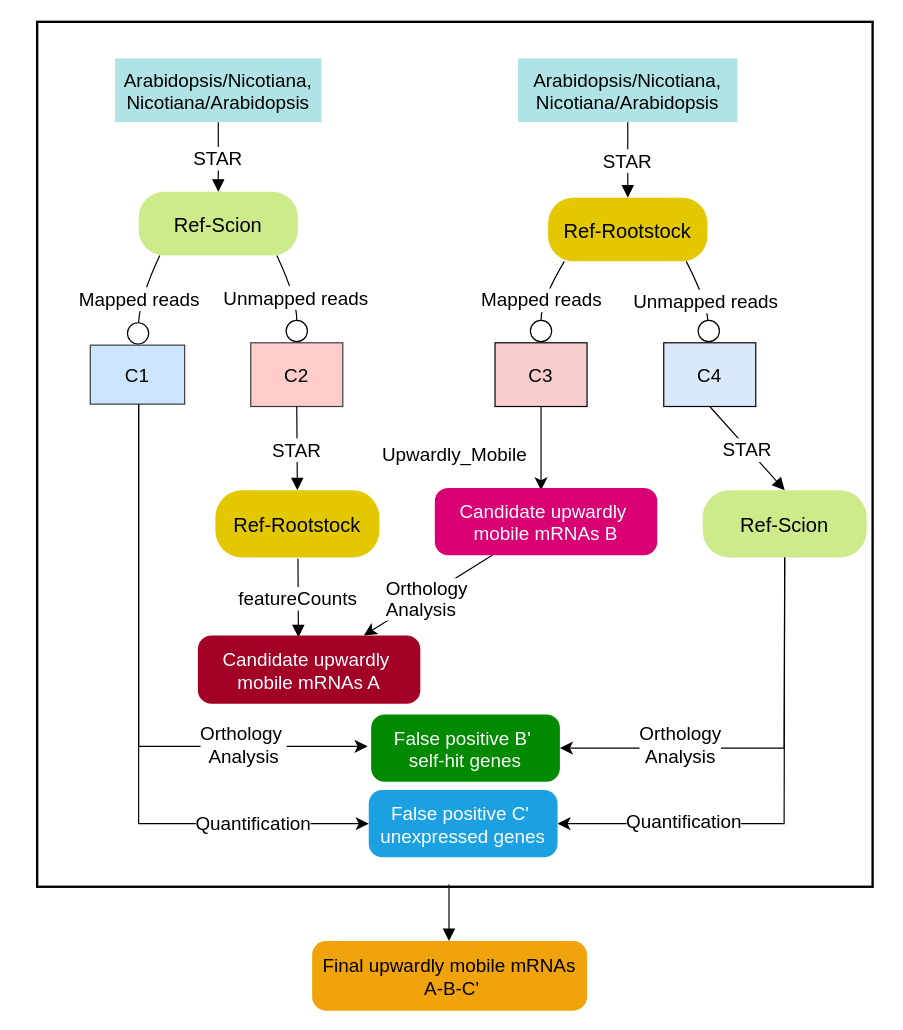
Above: page "第 17 页" (16 of 16) of 未命名绘图.drawio in hjanime/101 (draw.io), before the change. Source tidied: cells renumbered, new cells numbered last; positions are measured from the earlier drawing's top-left corner, leaving out a move shared by most shapes. Both pictures are drawn from the tidied source at 118%, with x=0, y=0 at pixel (37, 21).
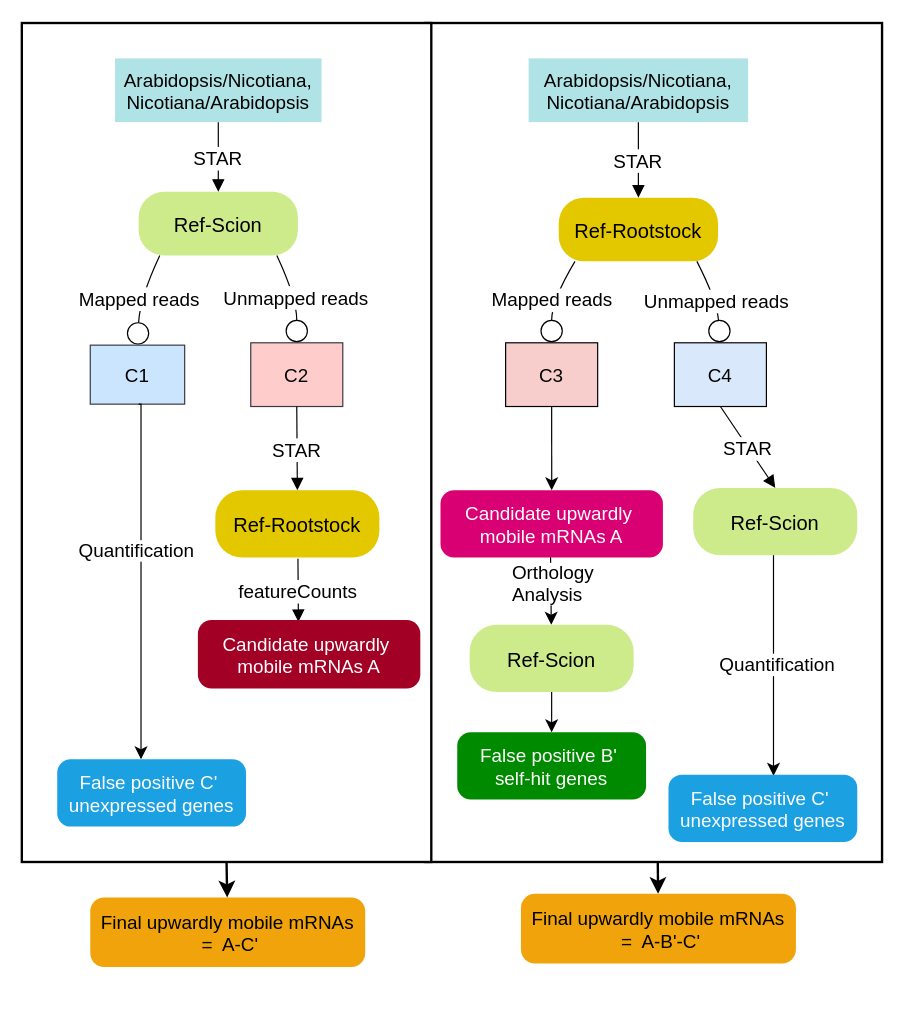
After the change.

Commit message:
更新未命名绘图.drawio

Diff of the diagram source:
```diff
@@
+    <mxCell id="39" style="edgeStyle=none;curved=1;rounded=0;jettySize=auto;html=1;fontSize=12;startSize=8;endSize=8;strokeWidth=2;" parent="1" edge="1" source="40" target="45">
+      <mxGeometry relative="1" as="geometry" />
+    </mxCell>
+    <mxCell id="40" style="whiteSpace=wrap;strokeWidth=2;fontSize=16;" parent="1" vertex="1">
+      <mxGeometry x="329" y="1" width="387" height="711" as="geometry" />
+    </mxCell>
-    <mxCell id="2" value="Upwardly_Mobile" style="whiteSpace=wrap;strokeWidth=2;fontSize=16;" parent="1" vertex="1">
-      <mxGeometry width="708" height="733" as="geometry" />
+    <mxCell id="2" style="whiteSpace=wrap;strokeWidth=2;fontSize=16;" parent="1" vertex="1">
+      <mxGeometry x="-13" y="1" width="347" height="711" as="geometry" />
     </mxCell>
@@
     <mxCell id="5" value="Arabidopsis/Nicotiana,&#10;Nicotiana/Arabidopsis" style="rounded=0;arcSize=40;strokeWidth=2;fontSize=16;fillColor=#b0e3e6;strokeColor=none;" parent="1" vertex="1">
-      <mxGeometry x="407.5" y="31" width="186" height="54" as="geometry" />
+      <mxGeometry x="416.5" y="31" width="186" height="54" as="geometry" />
     </mxCell>
     <mxCell id="6" value="Ref-Rootstock" style="rounded=1;arcSize=40;strokeWidth=2;fontSize=17;fillColor=#e3c800;fontColor=#000000;strokeColor=none;" parent="1" vertex="1">
-      <mxGeometry x="433" y="149" width="135" height="54" as="geometry" />
+      <mxGeometry x="442" y="149" width="135" height="54" as="geometry" />
     </mxCell>
@@
-    <mxCell id="9" style="edgeStyle=none;curved=1;rounded=0;jettySize=auto;html=1;fontSize=12;startSize=8;endSize=8;" parent="1" edge="1" source="10">
-      <mxGeometry relative="1" as="geometry">
-        <mxPoint x="427" y="397" as="targetPoint" />
-      </mxGeometry>
+    <mxCell id="9" style="edgeStyle=none;curved=1;rounded=0;jettySize=auto;html=1;fontSize=12;startSize=8;endSize=8;entryX=0.5;entryY=0;entryDx=0;entryDy=0;" parent="1" edge="1" source="10" target="16">
+      <mxGeometry relative="1" as="geometry" />
     </mxCell>
     <mxCell id="10" value="C3" style="fontSize=16;fillColor=#f8cecc;strokeColor=#000000;" parent="1" vertex="1">
-      <mxGeometry x="388" y="272" width="78" height="54" as="geometry" />
+      <mxGeometry x="397" y="272" width="78" height="54" as="geometry" />
     </mxCell>
     <mxCell id="11" value="C4" style="fontSize=16;fillColor=#dae8fc;strokeColor=#000000;" parent="1" vertex="1">
-      <mxGeometry x="531" y="272" width="78" height="54" as="geometry" />
+      <mxGeometry x="540" y="272" width="78" height="54" as="geometry" />
     </mxCell>
@@
     <mxCell id="13" value="Ref-Scion" style="rounded=1;arcSize=40;strokeWidth=2;fontSize=17;fillColor=#cdeb8b;strokeColor=none;" parent="1" vertex="1">
-      <mxGeometry x="564" y="397" width="139" height="57" as="geometry" />
+      <mxGeometry x="556" y="395" width="139" height="57" as="geometry" />
     </mxCell>
-    <mxCell id="14" style="edgeStyle=none;curved=1;rounded=0;jettySize=auto;html=1;fontSize=12;startSize=8;endSize=8;" parent="1" edge="1" source="16" target="28">
-      <mxGeometry relative="1" as="geometry" />
+    <mxCell id="14" style="edgeStyle=none;curved=0;rounded=0;jettySize=auto;html=1;fontSize=12;startSize=8;endSize=8;" parent="1" edge="1" target="43">
+      <mxGeometry relative="1" as="geometry">
+        <mxPoint x="435" y="447" as="sourcePoint" />
+      </mxGeometry>
     </mxCell>
     <mxCell id="15" value="&lt;p class=&quot;p1&quot; style=&quot;margin: 0px; font-variant-numeric: normal; font-variant-east-asian: normal; font-variant-alternates: normal; font-size-adjust: none; font-kerning: auto; font-optical-sizing: auto; font-feature-settings: normal; font-variation-settings: normal; font-variant-position: normal; font-variant-emoji: normal; font-stretch: normal; line-height: normal; text-align: start; text-wrap-mode: wrap;&quot;&gt;&lt;span&gt;Orthology Analysis&lt;/span&gt;&lt;/p&gt;" style="edgeLabel;html=1;align=center;verticalAlign=middle;fontSize=16;fontFamily=Helvetica;fontStyle=0;" parent="14" vertex="1">
-      <mxGeometry x="0.05" y="1" relative="1" as="geometry" />
+      <mxGeometry x="0.05" y="1" relative="1" as="geometry">
+        <mxPoint y="-5" as="offset" />
+      </mxGeometry>
     </mxCell>
-    <mxCell id="16" value="Candidate upwardly &#10;mobile mRNAs B" style="rounded=1;arcSize=20;strokeWidth=2;fontSize=16;fillColor=#d80073;strokeColor=none;fontColor=#ffffff;" parent="1" vertex="1">
-      <mxGeometry x="337" y="395" width="188.5" height="57" as="geometry" />
+    <mxCell id="16" value="Candidate upwardly &#10;mobile mRNAs A" style="rounded=1;arcSize=20;strokeWidth=2;fontSize=16;fillColor=#d80073;strokeColor=none;fontColor=#ffffff;" parent="1" vertex="1">
+      <mxGeometry x="341.8" y="397" width="188.5" height="57" as="geometry" />
     </mxCell>
-    <mxCell id="17" value="Final upwardly mobile mRNAs&#10; A-B-C'" style="rounded=1;arcSize=20;strokeWidth=2;fontSize=16;align=center;verticalAlign=middle;fontFamily=Helvetica;fontColor=#000000;fillColor=#f0a30a;strokeColor=none;" parent="1" vertex="1">
-      <mxGeometry x="233" y="779" width="233" height="59" as="geometry" />
+    <mxCell id="17" value="Final upwardly mobile mRNAs&#10; =  A-C'" style="rounded=1;arcSize=20;strokeWidth=2;fontSize=16;align=center;verticalAlign=middle;fontFamily=Helvetica;fontColor=#000000;fillColor=#f0a30a;strokeColor=none;" parent="1" vertex="1">
+      <mxGeometry x="45" y="742" width="233" height="59" as="geometry" />
     </mxCell>
@@
     <mxCell id="22" value="Mapped reads" style="curved=1;startArrow=none;endArrow=circle;endFill=0;exitX=0.11;exitY=0.99;entryX=0.5;entryY=0;rounded=0;fontSize=16;startSize=8;endSize=8;" parent="1" edge="1" source="6" target="10">
       <mxGeometry relative="1" as="geometry">
         <Array as="points">
-          <mxPoint x="427" y="236" />
+          <mxPoint x="436" y="236" />
         </Array>
       </mxGeometry>
     </mxCell>
     <mxCell id="23" value="Unmapped reads" style="curved=1;startArrow=none;endArrow=circle;endFill=0;exitX=0.86;exitY=0.99;entryX=0.5;entryY=0;rounded=0;fontSize=16;startSize=8;endSize=8;" parent="1" edge="1" source="6" target="11">
       <mxGeometry relative="1" as="geometry">
         <Array as="points">
-          <mxPoint x="567" y="236" />
+          <mxPoint x="576" y="236" />
         </Array>
       </mxGeometry>
     </mxCell>
@@
-    <mxCell id="27" style="curved=1;startArrow=none;endArrow=block;rounded=0;fontSize=16;startSize=8;endSize=8;exitX=0.5;exitY=1;exitDx=0;exitDy=0;" parent="1" edge="1">
-      <mxGeometry relative="1" as="geometry">
-        <mxPoint x="349" y="731" as="sourcePoint" />
-        <mxPoint x="349" y="779" as="targetPoint" />
-      </mxGeometry>
-    </mxCell>
     <mxCell id="28" value="Candidate upwardly &#10;mobile mRNAs A" style="rounded=1;arcSize=20;strokeWidth=2;fontSize=16;fillColor=#a20025;strokeColor=none;fontColor=#ffffff;" parent="1" vertex="1">
-      <mxGeometry x="136.2" y="520" width="188.5" height="58" as="geometry" />
+      <mxGeometry x="136.2" y="507" width="188.5" height="58" as="geometry" />
     </mxCell>
-    <mxCell id="29" style="edgeStyle=elbowEdgeStyle;elbow=horizontal;endArrow=classic;html=1;curved=0;rounded=0;endSize=8;startSize=8;fontSize=12;" parent="1" edge="1">
-      <mxGeometry relative="1" as="geometry">
-        <mxPoint x="86" y="324" as="sourcePoint" />
-        <mxPoint x="280" y="614" as="targetPoint" />
-        <Array as="points">
-          <mxPoint x="86" y="516" />
-        </Array>
-      </mxGeometry>
-    </mxCell>
-    <mxCell id="30" value="&lt;span style=&quot;font-size: 16px; text-align: start; text-wrap-mode: wrap;&quot;&gt;Orthology&amp;nbsp;&lt;/span&gt;&lt;div&gt;&lt;span style=&quot;font-size: 16px; text-align: start; text-wrap-mode: wrap; background-color: light-dark(#ffffff, var(--ge-dark-color, #121212)); color: light-dark(rgb(0, 0, 0), rgb(255, 255, 255));&quot;&gt;Analysis&lt;/span&gt;&lt;/div&gt;" style="edgeLabel;html=1;align=center;verticalAlign=middle;fontSize=12;" parent="29" vertex="1">
-      <mxGeometry x="0.53" relative="1" as="geometry">
-        <mxPoint x="8" y="-2" as="offset" />
-      </mxGeometry>
-    </mxCell>
-    <mxCell id="31" style="edgeStyle=elbowEdgeStyle;elbow=horizontal;endArrow=classic;html=1;curved=0;rounded=0;endSize=8;startSize=8;fontSize=12;exitX=0.5;exitY=1;exitDx=0;exitDy=0;entryX=0;entryY=0.5;entryDx=0;entryDy=0;" parent="1" edge="1" target="37">
+    <mxCell id="31" style="edgeStyle=elbowEdgeStyle;elbow=horizontal;endArrow=classic;html=1;curved=0;rounded=0;endSize=8;startSize=8;fontSize=12;exitX=0.5;exitY=1;exitDx=0;exitDy=0;" parent="1" edge="1" target="37">
       <mxGeometry relative="1" as="geometry">
         <mxPoint x="86" y="324" as="sourcePoint" />
         <Array as="points">
-          <mxPoint x="86" y="509" />
+          <mxPoint x="88" y="650" />
         </Array>
       </mxGeometry>
     </mxCell>
     <mxCell id="32" value="&lt;p style=&quot;margin: 0px; font-variant-numeric: normal; font-variant-east-asian: normal; font-variant-alternates: normal; font-size-adjust: none; font-kerning: auto; font-optical-sizing: auto; font-feature-settings: normal; font-variation-settings: normal; font-variant-position: normal; font-variant-emoji: normal; font-stretch: normal; line-height: normal; text-align: start; text-wrap-mode: wrap;&quot; class=&quot;p1&quot;&gt;&lt;span&gt;Q&lt;/span&gt;&lt;span style=&quot;background-color: light-dark(#ffffff, var(--ge-dark-color, #121212)); color: light-dark(rgb(0, 0, 0), rgb(255, 255, 255));&quot;&gt;uantification&lt;/span&gt;&lt;/p&gt;" style="edgeLabel;html=1;align=center;verticalAlign=middle;fontSize=16;fontStyle=0;fontFamily=Helvetica;" parent="31" vertex="1">
       <mxGeometry x="0.54" y="4" relative="1" as="geometry">
-        <mxPoint x="28" y="3" as="offset" />
+        <mxPoint x="-9" y="-108" as="offset" />
       </mxGeometry>
     </mxCell>
-    <mxCell id="33" style="edgeStyle=elbowEdgeStyle;elbow=horizontal;endArrow=classic;html=1;curved=0;rounded=0;endSize=8;startSize=8;fontSize=12;exitX=0.5;exitY=1;exitDx=0;exitDy=0;entryX=1;entryY=0.5;entryDx=0;entryDy=0;" parent="1" edge="1" source="13" target="38">
-      <mxGeometry relative="1" as="geometry">
-        <Array as="points">
-          <mxPoint x="633" y="566" />
-        </Array>
-      </mxGeometry>
-    </mxCell>
-    <mxCell id="34" value="&lt;span style=&quot;font-size: 16px; text-align: start; text-wrap-mode: wrap;&quot;&gt;Orthology Analysis&lt;/span&gt;" style="edgeLabel;html=1;align=center;verticalAlign=middle;fontSize=12;" parent="33" vertex="1">
-      <mxGeometry x="0.2" y="-2" relative="1" as="geometry">
-        <mxPoint x="-40" y="-1" as="offset" />
-      </mxGeometry>
-    </mxCell>
-    <mxCell id="35" style="edgeStyle=elbowEdgeStyle;elbow=horizontal;endArrow=classic;html=1;curved=0;rounded=0;endSize=8;startSize=8;fontSize=12;exitX=0.5;exitY=1;exitDx=0;exitDy=0;entryX=1;entryY=0.5;entryDx=0;entryDy=0;" parent="1" edge="1" target="37">
+    <mxCell id="35" style="edgeStyle=elbowEdgeStyle;elbow=horizontal;endArrow=classic;html=1;curved=0;rounded=0;endSize=8;startSize=8;fontSize=12;entryX=0.556;entryY=0.018;entryDx=0;entryDy=0;entryPerimeter=0;" parent="1" edge="1" target="44">
       <mxGeometry relative="1" as="geometry">
-        <mxPoint x="633.5" y="454" as="sourcePoint" />
-        <Array as="points">
-          <mxPoint x="633" y="720" />
-        </Array>
+        <mxPoint x="624" y="452" as="sourcePoint" />
       </mxGeometry>
     </mxCell>
     <mxCell id="36" value="&lt;span style=&quot;font-size: 16px; text-align: start; text-wrap-mode: wrap;&quot;&gt;Q&lt;/span&gt;&lt;span style=&quot;color: light-dark(rgb(0, 0, 0), rgb(255, 255, 255)); font-size: 16px; text-align: start; text-wrap-mode: wrap; background-color: light-dark(#ffffff, var(--ge-dark-color, #121212));&quot;&gt;uantification&lt;/span&gt;" style="edgeLabel;html=1;align=center;verticalAlign=middle;fontSize=12;" parent="35" vertex="1">
       <mxGeometry x="0.45" y="1" relative="1" as="geometry">
-        <mxPoint x="-9" y="-3" as="offset" />
+        <mxPoint x="1" y="-44" as="offset" />
       </mxGeometry>
     </mxCell>
+    <mxCell id="41" style="edgeStyle=none;curved=1;rounded=0;jettySize=auto;html=1;fontSize=12;startSize=8;endSize=8;exitX=0.5;exitY=1;exitDx=0;exitDy=0;strokeWidth=2;" parent="1" edge="1" source="2" target="17">
+      <mxGeometry relative="1" as="geometry" />
+    </mxCell>
     <mxCell id="37" value="False positive C' &#10;unexpressed genes" style="rounded=1;arcSize=20;strokeWidth=2;fontSize=16;fillColor=#1ba1e2;strokeColor=none;fontColor=#ffffff;" parent="1" vertex="1">
-      <mxGeometry x="281" y="651" width="160" height="57" as="geometry" />
+      <mxGeometry x="17" y="625" width="160" height="57" as="geometry" />
     </mxCell>
     <mxCell id="38" value="False positive B' &#10;self-hit genes" style="rounded=1;arcSize=20;strokeWidth=2;fontSize=16;fillColor=#008a00;strokeColor=none;fontColor=#ffffff;" parent="1" vertex="1">
-      <mxGeometry x="283" y="587" width="160" height="57" as="geometry" />
+      <mxGeometry x="356" y="602" width="160" height="57" as="geometry" />
     </mxCell>
+    <mxCell id="42" style="edgeStyle=none;curved=1;rounded=0;jettySize=auto;html=1;fontSize=12;startSize=8;endSize=8;" parent="1" edge="1" source="43" target="38">
+      <mxGeometry relative="1" as="geometry" />
+    </mxCell>
+    <mxCell id="43" value="Ref-Scion" style="rounded=1;arcSize=40;strokeWidth=2;fontSize=17;fillColor=#cdeb8b;strokeColor=none;" parent="1" vertex="1">
+      <mxGeometry x="366.5" y="511" width="139" height="57" as="geometry" />
+    </mxCell>
+    <mxCell id="44" value="False positive C' &#10;unexpressed genes" style="rounded=1;arcSize=20;strokeWidth=2;fontSize=16;fillColor=#1ba1e2;strokeColor=none;fontColor=#ffffff;" parent="1" vertex="1">
+      <mxGeometry x="535" y="638" width="160" height="57" as="geometry" />
+    </mxCell>
+    <mxCell id="45" value="Final upwardly mobile mRNAs&#10; =  A-B'-C'" style="rounded=1;arcSize=20;strokeWidth=2;fontSize=16;align=center;verticalAlign=middle;fontFamily=Helvetica;fontColor=#000000;fillColor=#f0a30a;strokeColor=none;" parent="1" vertex="1">
+      <mxGeometry x="410" y="739" width="233" height="59" as="geometry" />
+    </mxCell>
```
